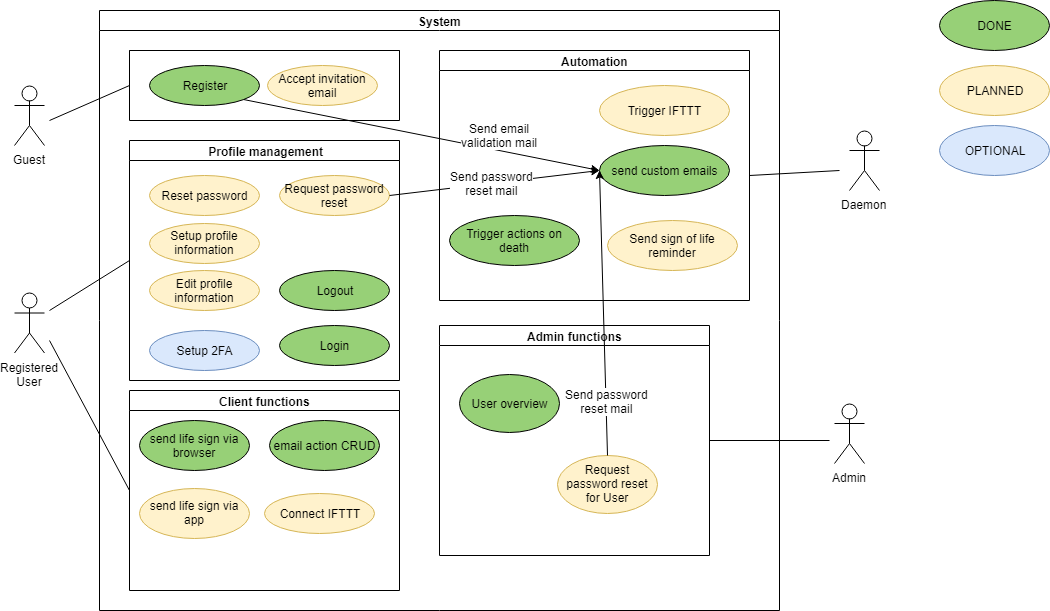
The draw.io diagram SRS/UC_Diagram.png in DigiWill-dhbw/Documentation, before a commit. Source tidied: cells renumbered, new cells last; positions are measured from the earlier drawing's top-left corner, leaving out a move shared by most shapes. Its diagram source:
```xml
<mxGraphModel>
  <root>
    <mxCell id="0" />
    <mxCell id="1" parent="0" />
    <mxCell id="2" value="Registered&lt;br&gt;User&lt;br&gt;" style="shape=umlActor;verticalLabelPosition=bottom;labelBackgroundColor=#ffffff;verticalAlign=top;html=1;" parent="1" vertex="1">
      <mxGeometry y="292.5" width="30" height="60" as="geometry" />
    </mxCell>
    <mxCell id="3" value="System" style="swimlane;html=1;startSize=20;horizontal=1;containerType=tree;" parent="1" vertex="1">
      <mxGeometry x="85" y="10" width="680" height="600" as="geometry" />
    </mxCell>
    <mxCell id="4" value="email action CRUD" style="ellipse;whiteSpace=wrap;html=1;fillColor=#97D077;" parent="3" vertex="1">
      <mxGeometry x="170" y="410" width="110" height="50" as="geometry" />
    </mxCell>
    <mxCell id="5" value="Logout&lt;br&gt;" style="ellipse;whiteSpace=wrap;html=1;fillColor=#97D077;" parent="3" vertex="1">
      <mxGeometry x="180" y="260" width="110" height="40" as="geometry" />
    </mxCell>
    <mxCell id="6" style="swimlane;html=1;startSize=0;horizontal=1;containerType=tree;" parent="3" vertex="1">
      <mxGeometry x="30" y="40" width="270" height="70" as="geometry" />
    </mxCell>
    <mxCell id="7" value="Accept invitation email&lt;br&gt;" style="ellipse;whiteSpace=wrap;html=1;fillColor=#fff2cc;strokeColor=#d6b656;" parent="6" vertex="1">
      <mxGeometry x="137.5" y="15" width="110" height="40" as="geometry" />
    </mxCell>
    <mxCell id="8" value="Register&lt;br&gt;" style="ellipse;whiteSpace=wrap;html=1;fillColor=#97D077;" parent="6" vertex="1">
      <mxGeometry x="20" y="15" width="110" height="40" as="geometry" />
    </mxCell>
    <mxCell id="9" value="Automation" style="swimlane;html=1;startSize=20;horizontal=1;containerType=tree;" parent="3" vertex="1">
      <mxGeometry x="340" y="40" width="310" height="250" as="geometry" />
    </mxCell>
    <mxCell id="10" value="Trigger IFTTT" style="ellipse;whiteSpace=wrap;html=1;fillColor=#fff2cc;strokeColor=#d6b656;" parent="9" vertex="1">
      <mxGeometry x="160" y="35" width="130" height="50" as="geometry" />
    </mxCell>
    <mxCell id="11" value="Send sign of life reminder" style="ellipse;whiteSpace=wrap;html=1;fillColor=#fff2cc;strokeColor=#d6b656;" parent="9" vertex="1">
      <mxGeometry x="167.5" y="170" width="130" height="50" as="geometry" />
    </mxCell>
    <mxCell id="12" value="Trigger actions on death" style="ellipse;whiteSpace=wrap;html=1;fillColor=#97D077;" parent="9" vertex="1">
      <mxGeometry x="10" y="165" width="130" height="50" as="geometry" />
    </mxCell>
    <mxCell id="13" value="Client functions" style="swimlane;html=1;startSize=20;horizontal=1;containerType=tree;" parent="3" vertex="1">
      <mxGeometry x="30" y="380" width="270" height="200" as="geometry" />
    </mxCell>
    <mxCell id="14" value="send life sign via app" style="ellipse;whiteSpace=wrap;html=1;fillColor=#fff2cc;strokeColor=#d6b656;" parent="13" vertex="1">
      <mxGeometry x="10" y="97.5" width="110" height="50" as="geometry" />
    </mxCell>
    <mxCell id="15" value="send life sign via browser" style="ellipse;whiteSpace=wrap;html=1;fillColor=#97D077;" parent="13" vertex="1">
      <mxGeometry x="10" y="30" width="110" height="50" as="geometry" />
    </mxCell>
    <mxCell id="16" value="Connect IFTTT" style="ellipse;whiteSpace=wrap;html=1;fillColor=#fff2cc;strokeColor=#d6b656;" parent="13" vertex="1">
      <mxGeometry x="135" y="102.5" width="110" height="40" as="geometry" />
    </mxCell>
    <mxCell id="17" value="&amp;nbsp;Profile management" style="swimlane;html=1;startSize=20;horizontal=1;containerType=tree;" parent="3" vertex="1">
      <mxGeometry x="30" y="130" width="270" height="240" as="geometry" />
    </mxCell>
    <mxCell id="18" value="Edit profile information" style="ellipse;whiteSpace=wrap;html=1;fillColor=#fff2cc;strokeColor=#d6b656;" parent="17" vertex="1">
      <mxGeometry x="20" y="130" width="110" height="40" as="geometry" />
    </mxCell>
    <mxCell id="19" value="Setup 2FA" style="ellipse;whiteSpace=wrap;html=1;fillColor=#dae8fc;strokeColor=#6c8ebf;" parent="17" vertex="1">
      <mxGeometry x="20" y="190" width="110" height="40" as="geometry" />
    </mxCell>
    <mxCell id="20" value="Setup profile information" style="ellipse;whiteSpace=wrap;html=1;fillColor=#fff2cc;strokeColor=#d6b656;" parent="17" vertex="1">
      <mxGeometry x="20" y="82.5" width="110" height="40" as="geometry" />
    </mxCell>
    <mxCell id="21" value="Request password reset" style="ellipse;whiteSpace=wrap;html=1;fillColor=#fff2cc;strokeColor=#d6b656;" parent="17" vertex="1">
      <mxGeometry x="150" y="35" width="110" height="40" as="geometry" />
    </mxCell>
    <mxCell id="22" value="Admin functions" style="swimlane;html=1;startSize=20;horizontal=1;containerType=tree;" parent="3" vertex="1">
      <mxGeometry x="340" y="315" width="270" height="230" as="geometry" />
    </mxCell>
    <mxCell id="23" value="User overview" style="ellipse;whiteSpace=wrap;html=1;fillColor=#97D077;strokeColor=#000000;" parent="22" vertex="1">
      <mxGeometry x="20" y="49" width="100" height="58" as="geometry" />
    </mxCell>
    <mxCell id="24" value="Request password reset for User" style="ellipse;whiteSpace=wrap;html=1;fillColor=#fff2cc;strokeColor=#d6b656;" parent="22" vertex="1">
      <mxGeometry x="117.5" y="129.5" width="100" height="58" as="geometry" />
    </mxCell>
    <mxCell id="25" style="endArrow=none;html=1;entryX=0;entryY=0.5;" parent="1" edge="1" target="6">
      <mxGeometry relative="1" as="geometry">
        <mxPoint x="35" y="120" as="sourcePoint" />
      </mxGeometry>
    </mxCell>
    <mxCell id="26" style="endArrow=none;html=1;entryX=0;entryY=0.5;" parent="1" edge="1" target="13">
      <mxGeometry relative="1" as="geometry">
        <mxPoint x="35" y="340" as="sourcePoint" />
      </mxGeometry>
    </mxCell>
    <mxCell id="27" value="Daemon" style="shape=umlActor;verticalLabelPosition=bottom;labelBackgroundColor=#ffffff;verticalAlign=top;html=1;" parent="1" vertex="1">
      <mxGeometry x="835" y="130" width="30" height="60" as="geometry" />
    </mxCell>
    <mxCell id="28" value="Guest&lt;br&gt;&lt;br&gt;" style="shape=umlActor;verticalLabelPosition=bottom;labelBackgroundColor=#ffffff;verticalAlign=top;html=1;" parent="1" vertex="1">
      <mxGeometry y="85" width="30" height="60" as="geometry" />
    </mxCell>
    <mxCell id="29" value="Login&lt;br&gt;" style="ellipse;whiteSpace=wrap;html=1;fillColor=#97D077;" parent="1" vertex="1">
      <mxGeometry x="265" y="325" width="110" height="40" as="geometry" />
    </mxCell>
    <mxCell id="30" style="endArrow=none;html=1;entryX=0;entryY=0.5;" parent="1" edge="1" target="17">
      <mxGeometry relative="1" as="geometry">
        <mxPoint x="35" y="310" as="sourcePoint" />
      </mxGeometry>
    </mxCell>
    <mxCell id="31" style="endArrow=none;html=1;exitX=1;exitY=0.5;" parent="1" edge="1" source="9">
      <mxGeometry relative="1" as="geometry">
        <mxPoint x="825" y="170" as="targetPoint" />
      </mxGeometry>
    </mxCell>
    <mxCell id="32" value="Admin" style="shape=umlActor;verticalLabelPosition=bottom;labelBackgroundColor=#ffffff;verticalAlign=top;html=1;" parent="1" vertex="1">
      <mxGeometry x="820" y="403" width="30" height="60" as="geometry" />
    </mxCell>
    <mxCell id="33" style="edgeStyle=orthogonalEdgeStyle;rounded=0;html=1;jettySize=auto;endArrow=none;endFill=0;" parent="1" edge="1" source="22">
      <mxGeometry relative="1" as="geometry">
        <mxPoint x="815" y="440" as="targetPoint" />
      </mxGeometry>
    </mxCell>
    <mxCell id="34" value="DONE" style="ellipse;whiteSpace=wrap;html=1;fillColor=#97D077;" parent="1" vertex="1">
      <mxGeometry x="925" width="110" height="50" as="geometry" />
    </mxCell>
    <mxCell id="35" value="PLANNED" style="ellipse;whiteSpace=wrap;html=1;fillColor=#fff2cc;strokeColor=#d6b656;" parent="1" vertex="1">
      <mxGeometry x="925" y="65" width="110" height="50" as="geometry" />
    </mxCell>
    <mxCell id="36" value="OPTIONAL" style="ellipse;whiteSpace=wrap;html=1;fillColor=#dae8fc;strokeColor=#6c8ebf;" parent="1" vertex="1">
      <mxGeometry x="925" y="125" width="110" height="50" as="geometry" />
    </mxCell>
    <mxCell id="37" value="send custom emails" style="ellipse;whiteSpace=wrap;html=1;fillColor=#97D077;strokeColor=#000000;" parent="1" vertex="1">
      <mxGeometry x="585" y="145" width="130" height="50" as="geometry" />
    </mxCell>
    <mxCell id="38" value="Reset password" style="ellipse;whiteSpace=wrap;html=1;fillColor=#fff2cc;strokeColor=#d6b656;" parent="1" vertex="1">
      <mxGeometry x="135" y="175" width="110" height="40" as="geometry" />
    </mxCell>
    <mxCell id="39" style="endArrow=classic;html=1;entryX=0;entryY=0.5;entryDx=0;entryDy=0;exitX=0.5;exitY=0;exitDx=0;exitDy=0;" parent="1" edge="1" source="24" target="37">
      <mxGeometry relative="1" as="geometry" />
    </mxCell>
    <mxCell id="40" value="&lt;span&gt;Send password&lt;br&gt;reset mail&lt;/span&gt;" style="text;html=1;align=center;verticalAlign=middle;labelBackgroundColor=#ffffff;" parent="39" vertex="1">
      <mxGeometry x="-0.21" y="1" relative="1" as="geometry">
        <mxPoint x="3" y="58.5" as="offset" />
      </mxGeometry>
    </mxCell>
    <mxCell id="41" style="endArrow=classic;html=1;entryX=0;entryY=0.5;entryDx=0;entryDy=0;exitX=1;exitY=0.5;exitDx=0;exitDy=0;" parent="1" edge="1" source="21" target="37">
      <mxGeometry relative="1" as="geometry" />
    </mxCell>
    <mxCell id="42" value="Send password&lt;br&gt;reset mail" style="text;html=1;align=center;verticalAlign=middle;labelBackgroundColor=#ffffff;" parent="41" vertex="1">
      <mxGeometry x="-0.04" relative="1" as="geometry" />
    </mxCell>
    <mxCell id="43" style="endArrow=classic;html=1;entryX=0;entryY=0.5;entryDx=0;entryDy=0;exitX=1;exitY=1;exitDx=0;exitDy=0;" parent="1" edge="1" source="8" target="37">
      <mxGeometry relative="1" as="geometry" />
    </mxCell>
    <mxCell id="44" value="Send email&lt;br&gt;validation mail" style="text;html=1;align=center;verticalAlign=middle;labelBackgroundColor=#ffffff;" parent="43" vertex="1">
      <mxGeometry x="0.09" y="1" relative="1" as="geometry">
        <mxPoint x="61.5" y="-1.5" as="offset" />
      </mxGeometry>
    </mxCell>
  </root>
</mxGraphModel>
```
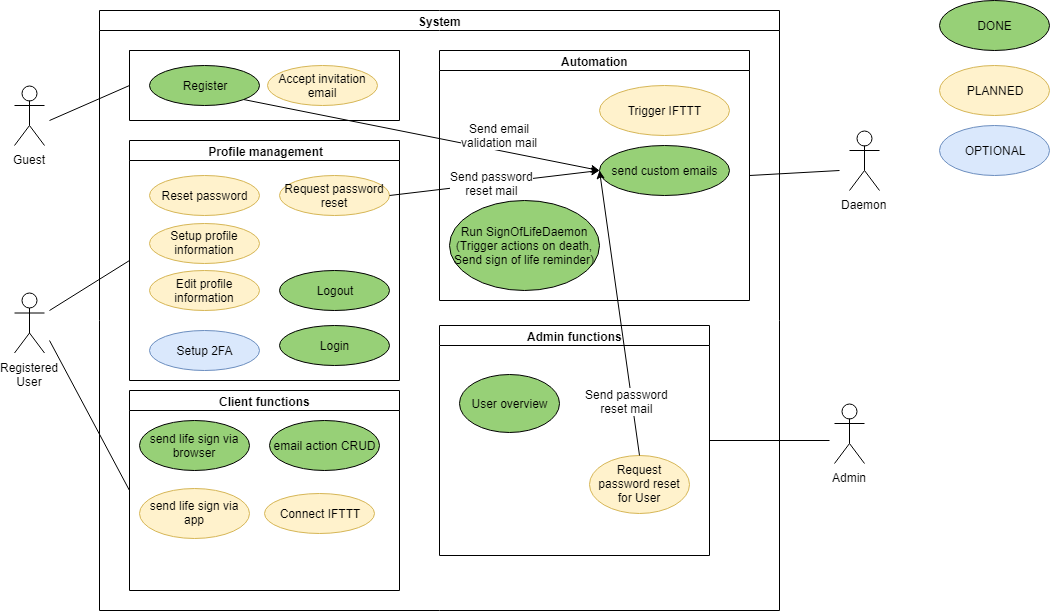
Later version of the same file.

Commit message:
Adjusted UC diagram to include reminder in daemon

Change to the diagram source:
```diff
@@ -29,11 +29,8 @@
     <mxCell id="10" value="Trigger IFTTT" style="ellipse;whiteSpace=wrap;html=1;fillColor=#fff2cc;strokeColor=#d6b656;" parent="9" vertex="1">
       <mxGeometry x="160" y="35" width="130" height="50" as="geometry" />
     </mxCell>
-    <mxCell id="11" value="Send sign of life reminder" style="ellipse;whiteSpace=wrap;html=1;fillColor=#fff2cc;strokeColor=#d6b656;" parent="9" vertex="1">
-      <mxGeometry x="167.5" y="170" width="130" height="50" as="geometry" />
-    </mxCell>
-    <mxCell id="12" value="Trigger actions on death" style="ellipse;whiteSpace=wrap;html=1;fillColor=#97D077;" parent="9" vertex="1">
-      <mxGeometry x="10" y="165" width="130" height="50" as="geometry" />
+    <mxCell id="12" value="Run SignOfLifeDaemon&lt;br&gt;(Trigger actions on death, Send sign of life reminder)" style="ellipse;whiteSpace=wrap;html=1;fillColor=#97D077;" parent="9" vertex="1">
+      <mxGeometry x="10" y="150" width="150" height="90" as="geometry" />
     </mxCell>
     <mxCell id="13" value="Client functions" style="swimlane;html=1;startSize=20;horizontal=1;containerType=tree;" parent="3" vertex="1">
       <mxGeometry x="30" y="380" width="270" height="200" as="geometry" />
@@ -69,7 +66,7 @@
       <mxGeometry x="20" y="49" width="100" height="58" as="geometry" />
     </mxCell>
     <mxCell id="24" value="Request password reset for User" style="ellipse;whiteSpace=wrap;html=1;fillColor=#fff2cc;strokeColor=#d6b656;" parent="22" vertex="1">
-      <mxGeometry x="117.5" y="129.5" width="100" height="58" as="geometry" />
+      <mxGeometry x="150" y="129.5" width="100" height="58" as="geometry" />
     </mxCell>
     <mxCell id="25" style="endArrow=none;html=1;entryX=0;entryY=0.5;" parent="1" edge="1" target="6">
       <mxGeometry relative="1" as="geometry">
```
